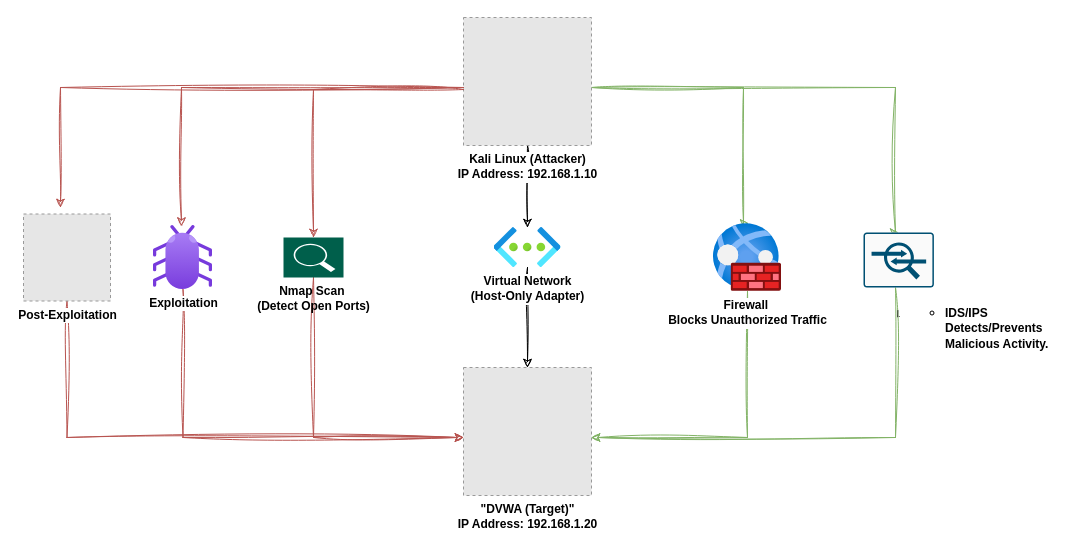
Above: Untitled Diagram.drawio in BhanuTeja76/BhanuTeja76 (draw.io), before the change. Source tidied: cells renumbered, new cells numbered last; positions are measured from the earlier drawing's top-left corner, leaving out a move shared by most shapes. Both pictures are drawn from the tidied source at 100%, with x=0, y=0 at pixel (23, 17). Pictures stored in the file or linked from it are replaced by grey dashed boxes.
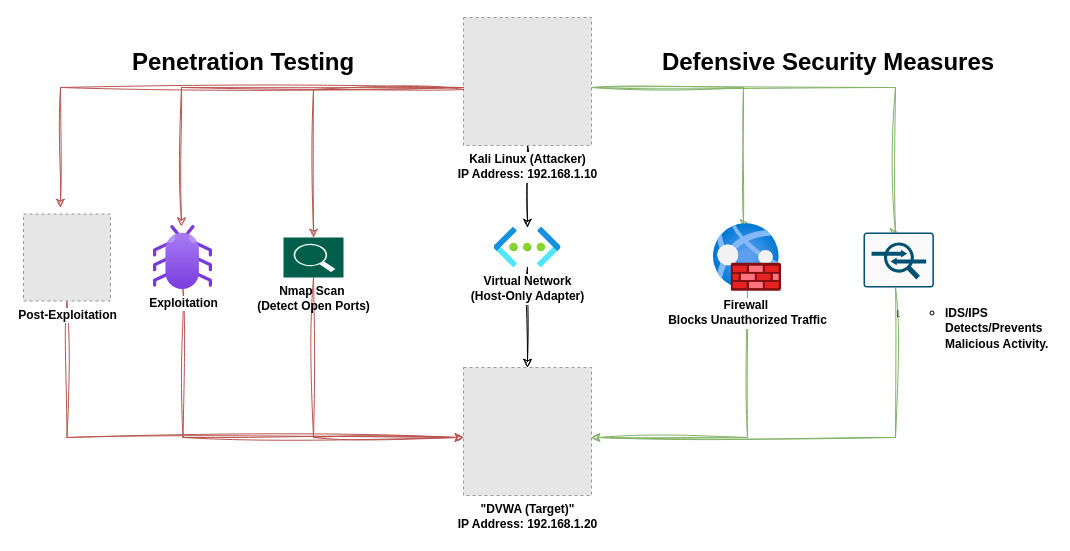
Above is the later version.

What changed in the source:
```diff
@@
+    <mxCell id="22" value="&lt;h1&gt;&lt;b&gt;&lt;font face=&quot;Helvetica&quot;&gt;Penetration Testing&lt;/font&gt;&lt;/b&gt;&lt;/h1&gt;" style="rounded=0;whiteSpace=wrap;html=1;hachureGap=4;fontFamily=Architects Daughter;strokeColor=none;" parent="1" vertex="1">
+      <mxGeometry x="40" y="30" width="360" height="30" as="geometry" />
+    </mxCell>
+    <mxCell id="23" value="&lt;h1&gt;&lt;font style=&quot;&quot; face=&quot;Helvetica&quot;&gt;Defensive Security Measures&lt;/font&gt;&lt;/h1&gt;" style="rounded=0;whiteSpace=wrap;html=1;hachureGap=4;fontFamily=Architects Daughter;strokeColor=none;sketch=1;curveFitting=1;jiggle=2;" parent="1" vertex="1">
+      <mxGeometry x="580" y="30" width="450" height="30" as="geometry" />
+    </mxCell>
```
